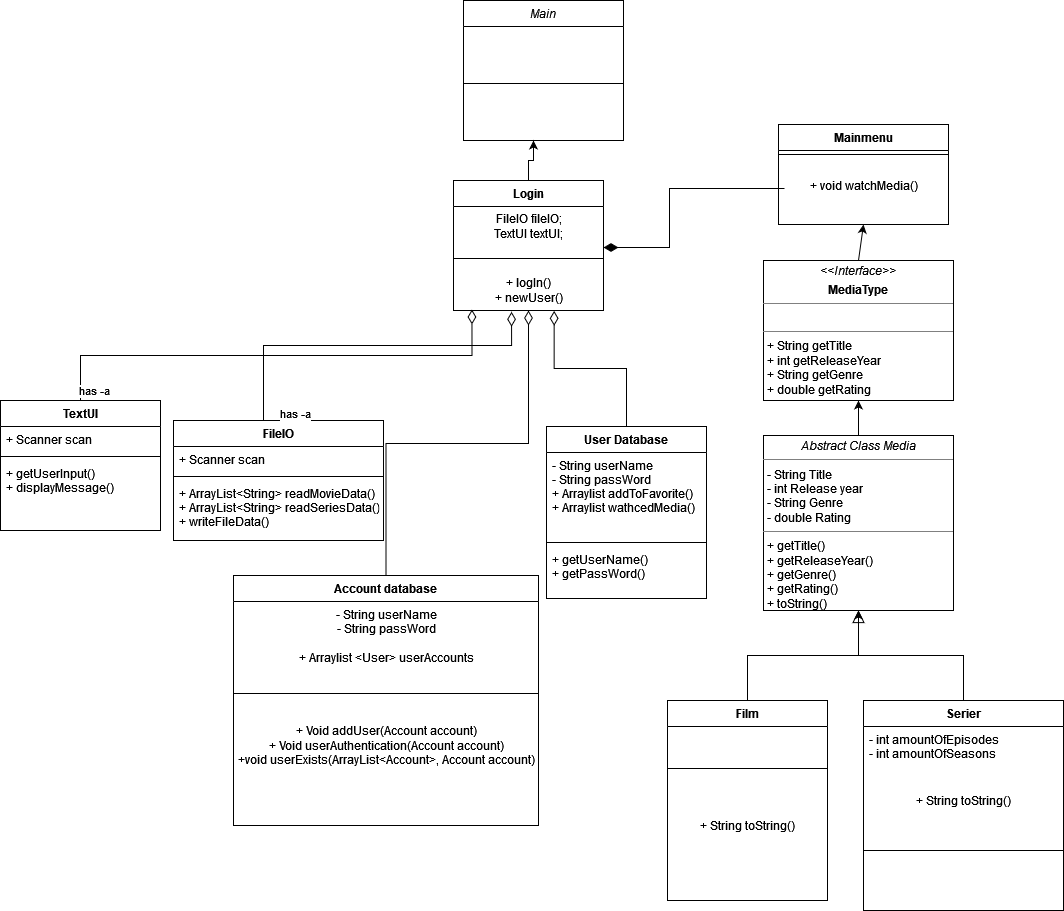
This is src/Diagrams/Unavngivet diagram.drawio.png from havvand/SP_3, a draw.io export, as it was before one commit. Source tidied: cells renumbered, new cells last; positions are measured from the earlier drawing's top-left corner, leaving out a move shared by most shapes. Source of this version:
```xml
<mxGraphModel>
  <root>
    <mxCell id="0" />
    <mxCell id="1" parent="0" />
    <mxCell id="2" value="Main" style="swimlane;fontStyle=2;align=center;verticalAlign=top;horizontal=1;startSize=26;rounded=0;shadow=0;strokeWidth=1;" parent="1" vertex="1">
      <mxGeometry x="463" width="160" height="140" as="geometry" />
    </mxCell>
    <mxCell id="3" style="line;html=1;strokeWidth=1;align=left;verticalAlign=middle;spacingTop=-1;spacingLeft=3;spacingRight=3;labelPosition=right;" parent="2" vertex="1">
      <mxGeometry y="26" width="160" height="114" as="geometry" />
    </mxCell>
    <mxCell id="4" value="Account database" style="swimlane;fontStyle=1;align=center;verticalAlign=top;horizontal=1;startSize=26;rounded=0;shadow=0;strokeWidth=1;" parent="1" vertex="1">
      <mxGeometry x="233" y="575" width="305" height="250" as="geometry" />
    </mxCell>
    <mxCell id="5" value="&lt;div&gt;- String userName&lt;/div&gt;&lt;div&gt;- String passWord&lt;/div&gt;&lt;div&gt;&lt;br&gt;&lt;/div&gt;&lt;div&gt;+ Arraylist &amp;lt;User&amp;gt; userAccounts&lt;/div&gt;" style="text;html=1;align=center;verticalAlign=middle;strokeColor=none;fillColor=none;" parent="4" vertex="1">
      <mxGeometry y="26" width="305" height="70" as="geometry" />
    </mxCell>
    <mxCell id="6" style="line;html=1;strokeWidth=1;align=left;verticalAlign=middle;spacingTop=-1;spacingLeft=3;spacingRight=3;labelPosition=right;" parent="4" vertex="1">
      <mxGeometry y="96" width="305" height="44" as="geometry" />
    </mxCell>
    <mxCell id="7" value="+ Void addUser(Account account)&lt;div&gt;+ Void userAuthentication(Account account)&lt;/div&gt;&lt;div&gt;+void userExists(ArrayList&amp;lt;Account&amp;gt;, Account account)&lt;br&gt;&lt;/div&gt;" style="text;html=1;align=center;verticalAlign=middle;strokeColor=none;fillColor=none;" parent="4" vertex="1">
      <mxGeometry y="140" width="305" height="60" as="geometry" />
    </mxCell>
    <mxCell id="8" style="endArrow=diamondThin;endSize=12;endFill=0;shadow=0;strokeWidth=1;rounded=0;edgeStyle=elbowEdgeStyle;elbow=vertical;entryX=0.5;entryY=1;entryDx=0;entryDy=0;" parent="1" edge="1" source="4" target="18">
      <mxGeometry relative="1" as="geometry" />
    </mxCell>
    <mxCell id="9" value="Film&#10;" style="swimlane;fontStyle=1;align=center;verticalAlign=top;horizontal=1;startSize=26;rounded=0;shadow=0;strokeWidth=1;" parent="1" vertex="1">
      <mxGeometry x="667" y="700" width="160" height="200" as="geometry" />
    </mxCell>
    <mxCell id="10" style="line;html=1;strokeWidth=1;align=left;verticalAlign=middle;spacingTop=-1;spacingLeft=3;spacingRight=3;labelPosition=right;" parent="9" vertex="1">
      <mxGeometry y="26" width="160" height="84" as="geometry" />
    </mxCell>
    <mxCell id="11" value="+ String toString()" style="text;html=1;align=center;verticalAlign=middle;strokeColor=none;fillColor=none;" parent="9" vertex="1">
      <mxGeometry y="110" width="160" height="30" as="geometry" />
    </mxCell>
    <mxCell id="12" style="endArrow=block;endSize=10;endFill=0;shadow=0;strokeWidth=1;rounded=0;edgeStyle=elbowEdgeStyle;elbow=vertical;entryX=0.5;entryY=1;entryDx=0;entryDy=0;" parent="1" edge="1" source="9" target="36">
      <mxGeometry relative="1" as="geometry" />
    </mxCell>
    <mxCell id="13" style="edgeStyle=orthogonalEdgeStyle;rounded=0;jettySize=auto;html=1;" parent="1" edge="1" source="14" target="36">
      <mxGeometry relative="1" as="geometry" />
    </mxCell>
    <mxCell id="14" value="Serier" style="swimlane;fontStyle=1;align=center;verticalAlign=top;horizontal=1;startSize=26;rounded=0;shadow=0;strokeWidth=1;" parent="1" vertex="1">
      <mxGeometry x="863" y="700" width="200" height="210" as="geometry" />
    </mxCell>
    <mxCell id="15" value="- int amountOfEpisodes&#10;- int amountOfSeasons&#10;" style="text;align=left;verticalAlign=top;spacingLeft=4;spacingRight=4;overflow=hidden;" parent="14" vertex="1">
      <mxGeometry y="26" width="200" height="64" as="geometry" />
    </mxCell>
    <mxCell id="16" style="line;html=1;strokeWidth=1;align=left;verticalAlign=middle;spacingTop=-1;spacingLeft=3;spacingRight=3;labelPosition=right;" parent="14" vertex="1">
      <mxGeometry y="90" width="200" height="120" as="geometry" />
    </mxCell>
    <mxCell id="17" style="edgeStyle=orthogonalEdgeStyle;rounded=0;jettySize=auto;html=1;" parent="1" edge="1" source="18">
      <mxGeometry relative="1" as="geometry">
        <mxPoint x="533" y="140" as="targetPoint" />
      </mxGeometry>
    </mxCell>
    <mxCell id="18" value="Login" style="swimlane;fontStyle=1;align=center;verticalAlign=top;horizontal=1;startSize=26;rounded=0;shadow=0;strokeWidth=1;" parent="1" vertex="1">
      <mxGeometry x="453" y="180" width="150" height="130" as="geometry" />
    </mxCell>
    <mxCell id="19" value="&lt;div&gt;FileIO fileIO;&lt;/div&gt;&lt;div&gt;TextUI textUI;&lt;br&gt;&lt;/div&gt;" style="text;html=1;align=center;verticalAlign=middle;strokeColor=none;fillColor=none;" parent="18" vertex="1">
      <mxGeometry y="26" width="150" height="40" as="geometry" />
    </mxCell>
    <mxCell id="20" style="line;html=1;strokeWidth=1;align=left;verticalAlign=middle;spacingTop=-1;spacingLeft=3;spacingRight=3;labelPosition=right;" parent="18" vertex="1">
      <mxGeometry y="66" width="150" height="24" as="geometry" />
    </mxCell>
    <mxCell id="21" value="&lt;div&gt;+ logIn()&lt;br&gt;&lt;/div&gt;&lt;div&gt;+ newUser()&lt;/div&gt;" style="text;html=1;align=center;verticalAlign=middle;points=[];strokeColor=none;fillColor=none;" parent="18" vertex="1">
      <mxGeometry y="90" width="150" height="40" as="geometry" />
    </mxCell>
    <mxCell id="22" style="edgeStyle=orthogonalEdgeStyle;rounded=0;orthogonalLoop=1;jettySize=auto;html=1;endArrow=diamondThin;endFill=1;endSize=12;" parent="1" edge="1">
      <mxGeometry relative="1" as="geometry">
        <mxPoint x="784" y="188" as="sourcePoint" />
        <mxPoint x="603" y="247" as="targetPoint" />
        <Array as="points">
          <mxPoint x="669" y="188" />
          <mxPoint x="669" y="247" />
          <mxPoint x="603" y="247" />
        </Array>
      </mxGeometry>
    </mxCell>
    <mxCell id="23" value="Mainmenu" style="swimlane;fontStyle=1;align=center;verticalAlign=top;horizontal=1;startSize=26;rounded=0;shadow=0;strokeWidth=1;" parent="1" vertex="1">
      <mxGeometry x="778" y="124" width="170" height="100" as="geometry" />
    </mxCell>
    <mxCell id="24" style="line;html=1;strokeWidth=1;align=left;verticalAlign=middle;spacingTop=-1;spacingLeft=3;spacingRight=3;labelPosition=right;" parent="23" vertex="1">
      <mxGeometry y="26" width="170" height="8" as="geometry" />
    </mxCell>
    <mxCell id="25" value="&lt;br&gt;&lt;div&gt;+ void watchMedia()&lt;br&gt;&lt;/div&gt;" style="text;html=1;align=center;verticalAlign=middle;strokeColor=none;fillColor=none;" parent="23" vertex="1">
      <mxGeometry y="34" width="170" height="40" as="geometry" />
    </mxCell>
    <mxCell id="26" value="TextUI" style="swimlane;fontStyle=1;align=center;verticalAlign=top;horizontal=1;startSize=26;" parent="1" vertex="1">
      <mxGeometry y="400" width="160" height="130" as="geometry" />
    </mxCell>
    <mxCell id="27" value="+ Scanner scan" style="text;strokeColor=none;fillColor=none;align=left;verticalAlign=top;spacingLeft=4;spacingRight=4;overflow=hidden;" parent="26" vertex="1">
      <mxGeometry y="26" width="160" height="26" as="geometry" />
    </mxCell>
    <mxCell id="28" style="line;strokeWidth=1;fillColor=none;align=left;verticalAlign=middle;spacingTop=-1;spacingLeft=3;spacingRight=3;labelPosition=right;strokeColor=inherit;" parent="26" vertex="1">
      <mxGeometry y="52" width="160" height="8" as="geometry" />
    </mxCell>
    <mxCell id="29" value="+ getUserInput()&#10;+ displayMessage()" style="text;strokeColor=none;fillColor=none;align=left;verticalAlign=top;spacingLeft=4;spacingRight=4;overflow=hidden;" parent="26" vertex="1">
      <mxGeometry y="60" width="160" height="70" as="geometry" />
    </mxCell>
    <mxCell id="30" value="FileIO" style="swimlane;fontStyle=1;align=center;verticalAlign=top;horizontal=1;startSize=26;" parent="1" vertex="1">
      <mxGeometry x="173" y="420" width="210" height="120" as="geometry" />
    </mxCell>
    <mxCell id="31" value="+ Scanner scan" style="text;strokeColor=none;fillColor=none;align=left;verticalAlign=top;spacingLeft=4;spacingRight=4;overflow=hidden;" parent="30" vertex="1">
      <mxGeometry y="26" width="210" height="26" as="geometry" />
    </mxCell>
    <mxCell id="32" style="line;strokeWidth=1;fillColor=none;align=left;verticalAlign=middle;spacingTop=-1;spacingLeft=3;spacingRight=3;labelPosition=right;strokeColor=inherit;" parent="30" vertex="1">
      <mxGeometry y="52" width="210" height="8" as="geometry" />
    </mxCell>
    <mxCell id="33" value="+ ArrayList&lt;String&gt; readMovieData()&#10;+ ArrayList&lt;String&gt; readSeriesData()&#10;+ writeFileData()" style="text;strokeColor=none;fillColor=none;align=left;verticalAlign=top;spacingLeft=4;spacingRight=4;overflow=hidden;" parent="30" vertex="1">
      <mxGeometry y="60" width="210" height="60" as="geometry" />
    </mxCell>
    <mxCell id="34" value="has -a" style="endArrow=diamondThin;html=1;endSize=12;startArrow=none;startSize=14;startFill=0;edgeStyle=orthogonalEdgeStyle;align=left;verticalAlign=bottom;rounded=0;exitX=0.5;exitY=0;exitDx=0;exitDy=0;entryX=0.387;entryY=1.032;entryDx=0;entryDy=0;entryPerimeter=0;endFill=0;" parent="1" edge="1" source="30" target="21">
      <mxGeometry x="-1" y="3" relative="1" as="geometry">
        <Array as="points">
          <mxPoint x="263" y="345" />
          <mxPoint x="511" y="345" />
        </Array>
      </mxGeometry>
    </mxCell>
    <mxCell id="35" style="endArrow=classic;html=1;rounded=0;exitX=0.5;exitY=0;exitDx=0;exitDy=0;entryX=0.5;entryY=1;entryDx=0;entryDy=0;" parent="1" edge="1" source="36" target="37">
      <mxGeometry relative="1" as="geometry" />
    </mxCell>
    <mxCell id="36" value="&lt;p style=&quot;margin:0px;margin-top:4px;text-align:center;&quot;&gt;&lt;i&gt;Abstract Class Media&lt;/i&gt;&lt;/p&gt;&lt;hr size=&quot;1&quot;&gt;&lt;p style=&quot;margin:0px;margin-left:4px;&quot;&gt;- String Title&lt;/p&gt;&lt;p style=&quot;margin:0px;margin-left:4px;&quot;&gt;- int Release year&lt;/p&gt;&lt;p style=&quot;margin:0px;margin-left:4px;&quot;&gt;- String Genre&lt;/p&gt;&lt;p style=&quot;margin:0px;margin-left:4px;&quot;&gt;- double Rating&lt;/p&gt;&lt;hr size=&quot;1&quot;&gt;&lt;p style=&quot;margin:0px;margin-left:4px;&quot;&gt;+ getTitle()&lt;br&gt;+ getReleaseYear()&lt;/p&gt;&lt;p style=&quot;margin:0px;margin-left:4px;&quot;&gt;+ getGenre()&lt;br&gt;&lt;/p&gt;&lt;p style=&quot;margin:0px;margin-left:4px;&quot;&gt;+ getRating()&lt;br&gt;&lt;/p&gt;&lt;p style=&quot;margin:0px;margin-left:4px;&quot;&gt;+ toString()&lt;br&gt;&lt;/p&gt;" style="verticalAlign=top;align=left;overflow=fill;fontSize=12;fontFamily=Helvetica;html=1;" parent="1" vertex="1">
      <mxGeometry x="763" y="435" width="190" height="175" as="geometry" />
    </mxCell>
    <mxCell id="37" value="&lt;p style=&quot;margin:0px;margin-top:4px;text-align:center;&quot;&gt;&lt;i&gt;&amp;lt;&amp;lt;Interface&amp;gt;&amp;gt;&lt;/i&gt;&lt;/p&gt;&lt;p style=&quot;margin:0px;margin-top:4px;text-align:center;&quot;&gt;&lt;b&gt;MediaType&lt;/b&gt;&lt;br&gt;&lt;/p&gt;&lt;hr size=&quot;1&quot;&gt;&lt;p style=&quot;margin:0px;margin-left:4px;&quot;&gt;&lt;br&gt;&lt;/p&gt;&lt;hr size=&quot;1&quot;&gt;&lt;p style=&quot;margin:0px;margin-left:4px;&quot;&gt;+ String getTitle&lt;/p&gt;&lt;p style=&quot;margin:0px;margin-left:4px;&quot;&gt;+ int getReleaseYear&lt;/p&gt;&lt;p style=&quot;margin:0px;margin-left:4px;&quot;&gt;+ String getGenre&lt;/p&gt;&lt;p style=&quot;margin:0px;margin-left:4px;&quot;&gt;+ double getRating&lt;br&gt;&lt;/p&gt;" style="verticalAlign=top;align=left;overflow=fill;fontSize=12;fontFamily=Helvetica;html=1;" parent="1" vertex="1">
      <mxGeometry x="763" y="260" width="190" height="140" as="geometry" />
    </mxCell>
    <mxCell id="38" value="+ String toString()" style="text;html=1;align=center;verticalAlign=middle;strokeColor=none;fillColor=none;" parent="1" vertex="1">
      <mxGeometry x="903" y="785" width="120" height="30" as="geometry" />
    </mxCell>
    <mxCell id="39" style="endArrow=classic;html=1;rounded=0;entryX=0.5;entryY=1;entryDx=0;entryDy=0;exitX=0.5;exitY=0;exitDx=0;exitDy=0;" parent="1" edge="1" source="37" target="23">
      <mxGeometry relative="1" as="geometry" />
    </mxCell>
    <mxCell id="40" value="has -a" style="endArrow=diamondThin;html=1;endSize=12;startArrow=none;startSize=14;startFill=0;edgeStyle=orthogonalEdgeStyle;align=left;verticalAlign=bottom;rounded=0;exitX=0.5;exitY=0;exitDx=0;exitDy=0;entryX=0.123;entryY=0.975;entryDx=0;entryDy=0;entryPerimeter=0;endFill=0;" parent="1" edge="1" source="26" target="21">
      <mxGeometry x="-1" y="3" relative="1" as="geometry" />
    </mxCell>
    <mxCell id="41" value="User Database" style="swimlane;fontStyle=1;align=center;verticalAlign=top;horizontal=1;startSize=26;" parent="1" vertex="1">
      <mxGeometry x="546" y="426" width="160" height="172" as="geometry" />
    </mxCell>
    <mxCell id="42" value="- String userName&#10;- String passWord&#10;+ Arraylist addToFavorite()&#10;+ Arraylist wathcedMedia()" style="text;strokeColor=none;fillColor=none;align=left;verticalAlign=top;spacingLeft=4;spacingRight=4;overflow=hidden;" parent="41" vertex="1">
      <mxGeometry y="26" width="160" height="86" as="geometry" />
    </mxCell>
    <mxCell id="43" style="line;strokeWidth=1;fillColor=none;align=left;verticalAlign=middle;spacingTop=-1;spacingLeft=3;spacingRight=3;labelPosition=right;strokeColor=inherit;" parent="41" vertex="1">
      <mxGeometry y="112" width="160" height="8" as="geometry" />
    </mxCell>
    <mxCell id="44" value="+ getUserName()&#10;+ getPassWord()" style="text;strokeColor=none;fillColor=none;align=left;verticalAlign=top;spacingLeft=4;spacingRight=4;overflow=hidden;" parent="41" vertex="1">
      <mxGeometry y="120" width="160" height="52" as="geometry" />
    </mxCell>
    <mxCell id="45" style="endArrow=diamondThin;endSize=12;endFill=0;shadow=0;strokeWidth=1;rounded=0;edgeStyle=elbowEdgeStyle;elbow=vertical;entryX=0.671;entryY=1.009;entryDx=0;entryDy=0;exitX=0.5;exitY=0;exitDx=0;exitDy=0;entryPerimeter=0;" parent="1" edge="1" source="41" target="21">
      <mxGeometry relative="1" as="geometry" />
    </mxCell>
  </root>
</mxGraphModel>
```
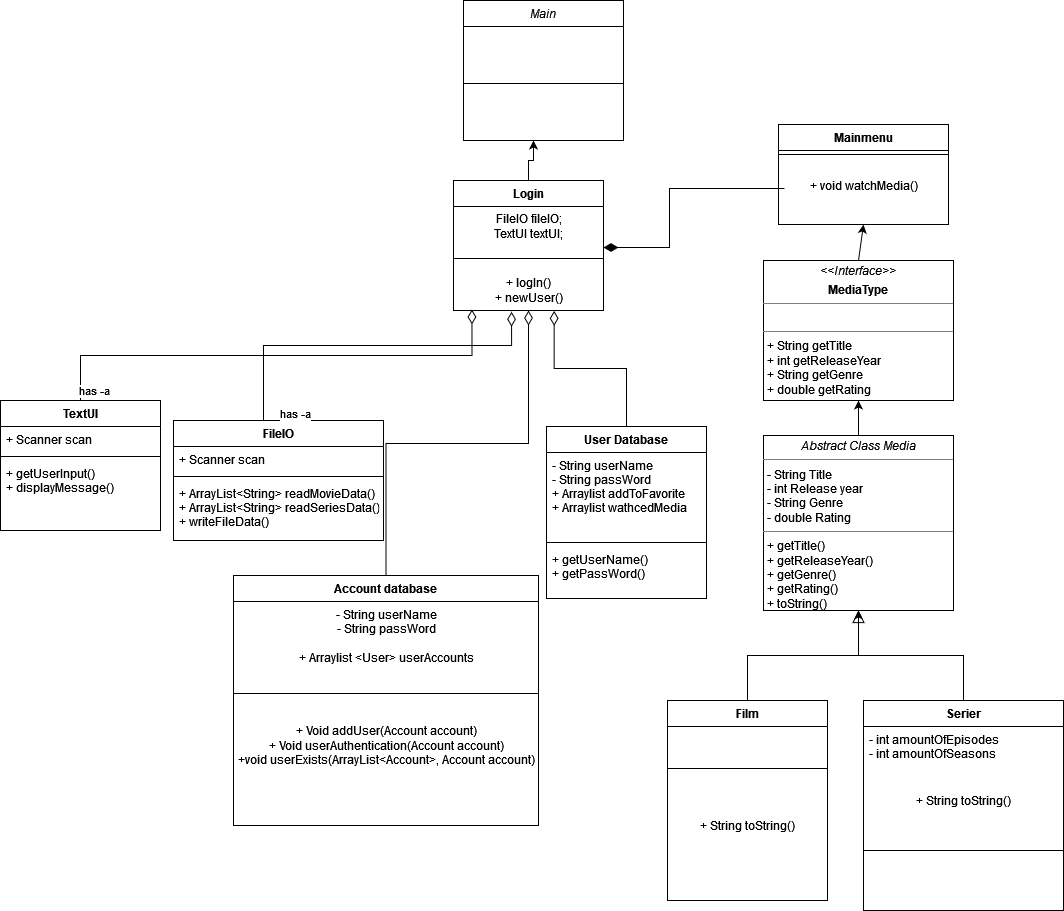
After the change.

The edit, as a diff of the source:
```diff
@@ -137,7 +137,7 @@
     <mxCell id="41" value="User Database" style="swimlane;fontStyle=1;align=center;verticalAlign=top;horizontal=1;startSize=26;" parent="1" vertex="1">
       <mxGeometry x="546" y="426" width="160" height="172" as="geometry" />
     </mxCell>
-    <mxCell id="42" value="- String userName&#10;- String passWord&#10;+ Arraylist addToFavorite()&#10;+ Arraylist wathcedMedia()" style="text;strokeColor=none;fillColor=none;align=left;verticalAlign=top;spacingLeft=4;spacingRight=4;overflow=hidden;" parent="41" vertex="1">
+    <mxCell id="42" value="- String userName&#10;- String passWord&#10;+ Arraylist addToFavorite&#10;+ Arraylist wathcedMedia" style="text;strokeColor=none;fillColor=none;align=left;verticalAlign=top;spacingLeft=4;spacingRight=4;overflow=hidden;" parent="41" vertex="1">
       <mxGeometry y="26" width="160" height="86" as="geometry" />
     </mxCell>
     <mxCell id="43" style="line;strokeWidth=1;fillColor=none;align=left;verticalAlign=middle;spacingTop=-1;spacingLeft=3;spacingRight=3;labelPosition=right;strokeColor=inherit;" parent="41" vertex="1">
```
